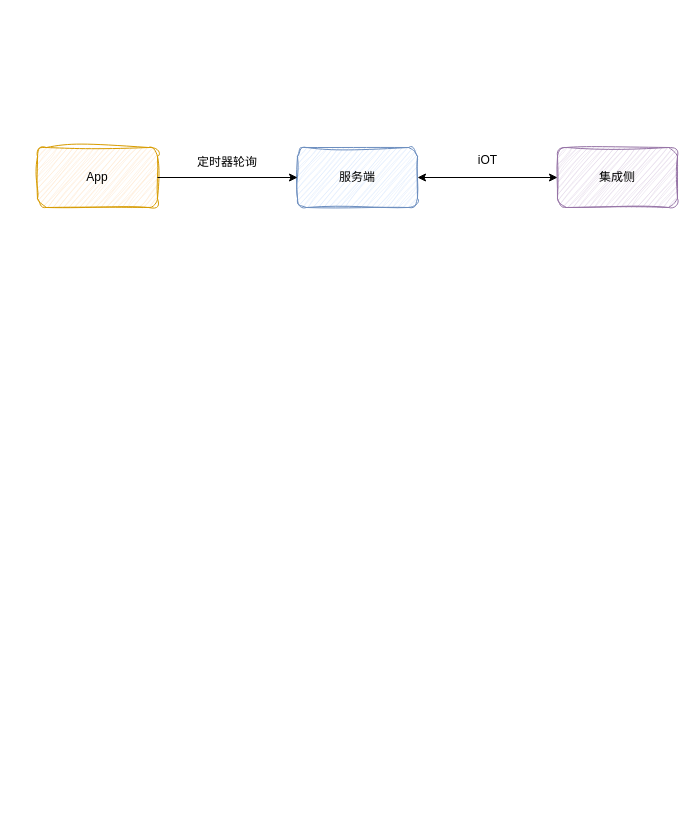
The draw.io diagram 业务场景基本特征.drawio in dev-dylan/draw.io, before the edit. Source tidied: cells renumbered, new cells numbered last; positions are measured from the earlier drawing's top-left corner, leaving out a move shared by most shapes. Both pictures are drawn from the tidied source at 100%, with x=0, y=0 at pixel (37, 145).
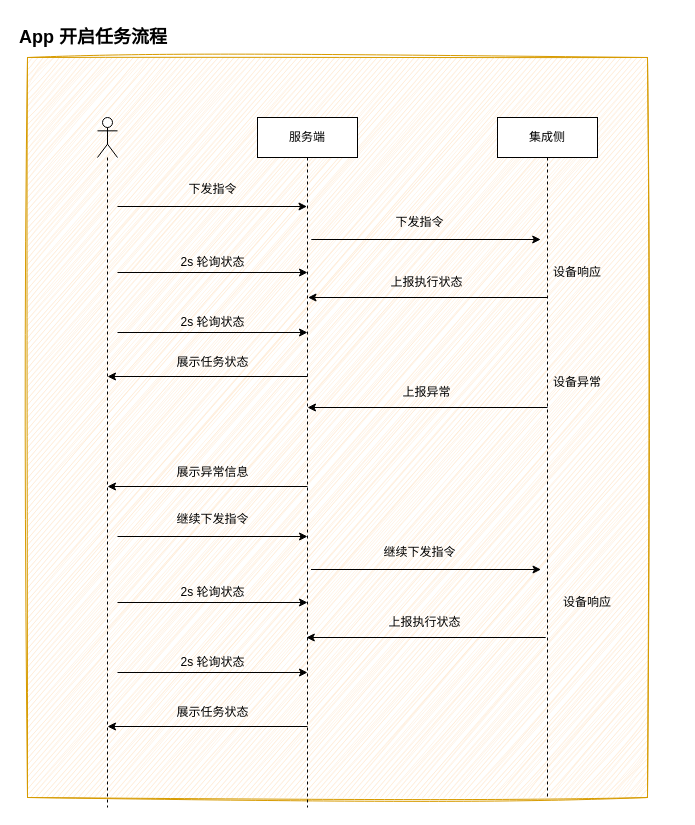
Above is the later version.

Commit message:
更新业务场景基本特征.drawio

Diff of the diagram source:
```diff
@@
-    <mxCell id="2" value="App" style="rounded=1;whiteSpace=wrap;html=1;fillColor=#ffe6cc;strokeColor=#d79b00;glass=0;sketch=1;curveFitting=1;jiggle=2;" parent="1" vertex="1">
-      <mxGeometry y="2" width="120" height="60" as="geometry" />
-    </mxCell>
+    <mxCell id="9" style="rounded=0;whiteSpace=wrap;html=1;fillColor=#ffe6cc;strokeColor=#d79b00;sketch=1;curveFitting=1;jiggle=2;" parent="1" vertex="1">
+      <mxGeometry x="-10" y="-88" width="620" height="740" as="geometry" />
+    </mxCell>
+    <mxCell id="10" style="shape=umlLifeline;perimeter=lifelinePerimeter;whiteSpace=wrap;html=1;newEdgeStyle={&quot;curved&quot;:0,&quot;rounded&quot;:0};participant=umlActor;" parent="1" vertex="1">
+      <mxGeometry x="60" y="-28" width="20" height="690" as="geometry" />
+    </mxCell>
-    <mxCell id="3" value="服务端" style="rounded=1;whiteSpace=wrap;html=1;fillColor=#dae8fc;strokeColor=#6c8ebf;sketch=1;curveFitting=1;jiggle=2;" parent="1" vertex="1">
-      <mxGeometry x="260" y="2" width="120" height="60" as="geometry" />
+    <mxCell id="3" value="服务端" style="shape=umlLifeline;perimeter=lifelinePerimeter;whiteSpace=wrap;html=1;outlineConnect=0;portConstraint=eastwest;newEdgeStyle={&quot;curved&quot;:0,&quot;rounded&quot;:0};" parent="1" vertex="1">
+      <mxGeometry x="220" y="-28" width="100" height="690" as="geometry" />
     </mxCell>
-    <mxCell id="4" value="集成侧" style="rounded=1;whiteSpace=wrap;html=1;fillColor=#e1d5e7;strokeColor=#9673a6;sketch=1;curveFitting=1;jiggle=2;" parent="1" vertex="1">
-      <mxGeometry x="520" y="2" width="120" height="60" as="geometry" />
+    <mxCell id="4" value="集成侧" style="shape=umlLifeline;perimeter=lifelinePerimeter;whiteSpace=wrap;html=1;outlineConnect=0;portConstraint=eastwest;newEdgeStyle={&quot;curved&quot;:0,&quot;rounded&quot;:0};" parent="1" vertex="1">
+      <mxGeometry x="460" y="-28" width="100" height="680" as="geometry" />
     </mxCell>
-    <mxCell id="5" style="endArrow=classic;startArrow=classic;html=1;rounded=0;exitX=1;exitY=0.5;exitDx=0;exitDy=0;" parent="1" edge="1" source="3" target="4">
-      <mxGeometry relative="1" as="geometry" />
-    </mxCell>
-    <mxCell id="6" style="endArrow=classic;html=1;rounded=0;entryX=0;entryY=0.5;entryDx=0;entryDy=0;exitX=1;exitY=0.5;exitDx=0;exitDy=0;" parent="1" edge="1" source="2" target="3">
-      <mxGeometry relative="1" as="geometry" />
-    </mxCell>
-    <mxCell id="7" value="定时器轮询" style="text;html=1;strokeColor=none;fillColor=none;align=center;verticalAlign=middle;whiteSpace=wrap;rounded=0;" parent="1" vertex="1">
-      <mxGeometry x="150" y="2" width="80" height="30" as="geometry" />
-    </mxCell>
-    <mxCell id="8" value="iOT" style="text;html=1;align=center;verticalAlign=middle;strokeColor=none;fillColor=none;" parent="1" vertex="1">
-      <mxGeometry x="430" width="40" height="30" as="geometry" />
-    </mxCell>
+    <mxCell id="11" style="endArrow=classic;html=1;rounded=0;" parent="1" edge="1">
+      <mxGeometry relative="1" as="geometry">
+        <mxPoint x="80" y="61" as="sourcePoint" />
+        <mxPoint x="269.5" y="61" as="targetPoint" />
+      </mxGeometry>
+    </mxCell>
+    <mxCell id="12" value="下发指令" style="text;html=1;align=center;verticalAlign=middle;strokeColor=none;fillColor=none;" parent="1" vertex="1">
+      <mxGeometry x="140" y="29" width="70" height="30" as="geometry" />
+    </mxCell>
+    <mxCell id="13" style="endArrow=classic;html=1;rounded=0;" parent="1" edge="1">
+      <mxGeometry relative="1" as="geometry">
+        <mxPoint x="273.8" y="94" as="sourcePoint" />
+        <mxPoint x="503.2" y="94" as="targetPoint" />
+      </mxGeometry>
+    </mxCell>
+    <mxCell id="14" value="下发指令" style="text;html=1;align=center;verticalAlign=middle;strokeColor=none;fillColor=none;" parent="1" vertex="1">
+      <mxGeometry x="347.2" y="62" width="70" height="30" as="geometry" />
+    </mxCell>
+    <mxCell id="15" style="endArrow=classic;html=1;rounded=0;" parent="1" edge="1">
+      <mxGeometry relative="1" as="geometry">
+        <mxPoint x="508.2" y="492" as="sourcePoint" />
+        <mxPoint x="268.8" y="492" as="targetPoint" />
+      </mxGeometry>
+    </mxCell>
+    <mxCell id="16" value="上报执行状态" style="text;html=1;align=center;verticalAlign=middle;strokeColor=none;fillColor=none;" parent="1" vertex="1">
+      <mxGeometry x="337.2" y="462" width="100" height="30" as="geometry" />
+    </mxCell>
+    <mxCell id="17" style="endArrow=classic;html=1;rounded=0;" parent="1" edge="1">
+      <mxGeometry relative="1" as="geometry">
+        <mxPoint x="80" y="127" as="sourcePoint" />
+        <mxPoint x="270" y="127" as="targetPoint" />
+      </mxGeometry>
+    </mxCell>
+    <mxCell id="18" value="2s 轮询状态" style="text;html=1;align=center;verticalAlign=middle;strokeColor=none;fillColor=none;" parent="1" vertex="1">
+      <mxGeometry x="130" y="102" width="90" height="30" as="geometry" />
+    </mxCell>
+    <mxCell id="19" style="endArrow=classic;html=1;rounded=0;" parent="1" edge="1">
+      <mxGeometry relative="1" as="geometry">
+        <mxPoint x="80" y="187" as="sourcePoint" />
+        <mxPoint x="270" y="187" as="targetPoint" />
+      </mxGeometry>
+    </mxCell>
+    <mxCell id="20" value="2s 轮询状态" style="text;html=1;align=center;verticalAlign=middle;strokeColor=none;fillColor=none;" parent="1" vertex="1">
+      <mxGeometry x="130" y="162" width="90" height="30" as="geometry" />
+    </mxCell>
+    <mxCell id="21" style="endArrow=classic;html=1;rounded=0;" parent="1" edge="1">
+      <mxGeometry relative="1" as="geometry">
+        <mxPoint x="510" y="262" as="sourcePoint" />
+        <mxPoint x="270" y="262" as="targetPoint" />
+      </mxGeometry>
+    </mxCell>
+    <mxCell id="22" value="上报异常" style="text;html=1;align=center;verticalAlign=middle;strokeColor=none;fillColor=none;" parent="1" vertex="1">
+      <mxGeometry x="353.5" y="232" width="70" height="30" as="geometry" />
+    </mxCell>
+    <mxCell id="23" value="&lt;b&gt;&lt;font style=&quot;font-size: 18px;&quot;&gt;App 开启任务流程&lt;/font&gt;&lt;/b&gt;" style="text;html=1;strokeColor=none;fillColor=none;align=left;verticalAlign=middle;whiteSpace=wrap;rounded=0;" parent="1" vertex="1">
+      <mxGeometry x="-20" y="-128" width="630" height="40" as="geometry" />
+    </mxCell>
+    <mxCell id="24" style="endArrow=classic;html=1;rounded=0;" parent="1" edge="1">
+      <mxGeometry relative="1" as="geometry">
+        <mxPoint x="80" y="391" as="sourcePoint" />
+        <mxPoint x="270" y="391" as="targetPoint" />
+      </mxGeometry>
+    </mxCell>
+    <mxCell id="25" value="继续下发指令" style="text;html=1;align=center;verticalAlign=middle;strokeColor=none;fillColor=none;" parent="1" vertex="1">
+      <mxGeometry x="125" y="359" width="100" height="30" as="geometry" />
+    </mxCell>
+    <mxCell id="26" style="endArrow=classic;html=1;rounded=0;" parent="1" edge="1">
+      <mxGeometry relative="1" as="geometry">
+        <mxPoint x="273.5" y="424" as="sourcePoint" />
+        <mxPoint x="503.5" y="424" as="targetPoint" />
+      </mxGeometry>
+    </mxCell>
+    <mxCell id="27" value="继续下发指令" style="text;html=1;align=center;verticalAlign=middle;strokeColor=none;fillColor=none;" parent="1" vertex="1">
+      <mxGeometry x="332" y="392" width="100" height="30" as="geometry" />
+    </mxCell>
+    <mxCell id="28" value="设备响应" style="text;html=1;strokeColor=none;fillColor=none;align=center;verticalAlign=middle;whiteSpace=wrap;rounded=0;" parent="1" vertex="1">
+      <mxGeometry x="510" y="112" width="60" height="30" as="geometry" />
+    </mxCell>
+    <mxCell id="29" value="设备异常" style="text;html=1;strokeColor=none;fillColor=none;align=center;verticalAlign=middle;whiteSpace=wrap;rounded=0;" parent="1" vertex="1">
+      <mxGeometry x="510" y="222" width="60" height="30" as="geometry" />
+    </mxCell>
+    <mxCell id="30" style="endArrow=classic;html=1;rounded=0;" parent="1" edge="1">
+      <mxGeometry relative="1" as="geometry">
+        <mxPoint x="80" y="457" as="sourcePoint" />
+        <mxPoint x="270" y="457" as="targetPoint" />
+      </mxGeometry>
+    </mxCell>
+    <mxCell id="31" value="2s 轮询状态" style="text;html=1;align=center;verticalAlign=middle;strokeColor=none;fillColor=none;" parent="1" vertex="1">
+      <mxGeometry x="130" y="432" width="90" height="30" as="geometry" />
+    </mxCell>
+    <mxCell id="32" style="endArrow=classic;html=1;rounded=0;" parent="1" edge="1">
+      <mxGeometry relative="1" as="geometry">
+        <mxPoint x="270" y="581" as="sourcePoint" />
+        <mxPoint x="70" y="581" as="targetPoint" />
+      </mxGeometry>
+    </mxCell>
+    <mxCell id="33" value="展示任务状态" style="text;html=1;align=center;verticalAlign=middle;strokeColor=none;fillColor=none;" parent="1" vertex="1">
+      <mxGeometry x="125" y="552" width="100" height="30" as="geometry" />
+    </mxCell>
+    <mxCell id="34" style="endArrow=classic;html=1;rounded=0;" parent="1" edge="1">
+      <mxGeometry relative="1" as="geometry">
+        <mxPoint x="270" y="341" as="sourcePoint" />
+        <mxPoint x="70" y="341" as="targetPoint" />
+      </mxGeometry>
+    </mxCell>
+    <mxCell id="35" value="展示异常信息" style="text;html=1;align=center;verticalAlign=middle;strokeColor=none;fillColor=none;" parent="1" vertex="1">
+      <mxGeometry x="125" y="312" width="100" height="30" as="geometry" />
+    </mxCell>
+    <mxCell id="36" value="设备响应" style="text;html=1;strokeColor=none;fillColor=none;align=center;verticalAlign=middle;whiteSpace=wrap;rounded=0;" parent="1" vertex="1">
+      <mxGeometry x="520" y="442" width="60" height="30" as="geometry" />
+    </mxCell>
+    <mxCell id="37" style="endArrow=classic;html=1;rounded=0;" parent="1" edge="1">
+      <mxGeometry relative="1" as="geometry">
+        <mxPoint x="510" y="152" as="sourcePoint" />
+        <mxPoint x="270.5" y="152" as="targetPoint" />
+      </mxGeometry>
+    </mxCell>
+    <mxCell id="38" value="上报执行状态" style="text;html=1;align=center;verticalAlign=middle;strokeColor=none;fillColor=none;" parent="1" vertex="1">
+      <mxGeometry x="339" y="122" width="100" height="30" as="geometry" />
+    </mxCell>
+    <mxCell id="39" style="endArrow=classic;html=1;rounded=0;" parent="1" edge="1">
+      <mxGeometry relative="1" as="geometry">
+        <mxPoint x="80" y="527" as="sourcePoint" />
+        <mxPoint x="270" y="527" as="targetPoint" />
+      </mxGeometry>
+    </mxCell>
+    <mxCell id="40" value="2s 轮询状态" style="text;html=1;align=center;verticalAlign=middle;strokeColor=none;fillColor=none;" parent="1" vertex="1">
+      <mxGeometry x="130" y="502" width="90" height="30" as="geometry" />
+    </mxCell>
+    <mxCell id="41" style="endArrow=classic;html=1;rounded=0;" parent="1" edge="1">
+      <mxGeometry relative="1" as="geometry">
+        <mxPoint x="270" y="231" as="sourcePoint" />
+        <mxPoint x="70" y="231" as="targetPoint" />
+      </mxGeometry>
+    </mxCell>
+    <mxCell id="42" value="展示任务状态" style="text;html=1;align=center;verticalAlign=middle;strokeColor=none;fillColor=none;" parent="1" vertex="1">
+      <mxGeometry x="125" y="202" width="100" height="30" as="geometry" />
+    </mxCell>
```
